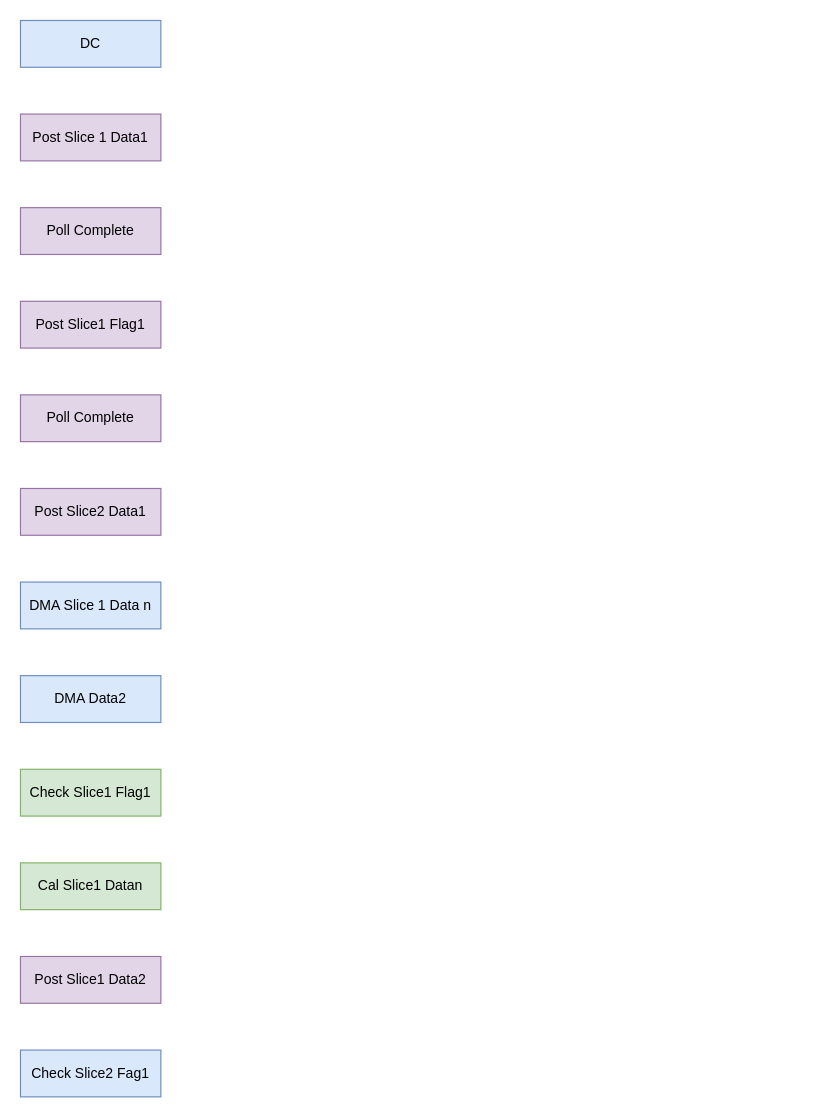
This is TC2LINK/DC_LINK_WorkFlow.drawio from BEYHHH/SBLP, a draw.io file, before an edit. Source tidied: cells renumbered, new cells numbered last; positions are measured from the earlier drawing's top-left corner, leaving out a move shared by most shapes. Both pictures are drawn from the tidied source at 117%, with x=0, y=0 at pixel (20, 20).
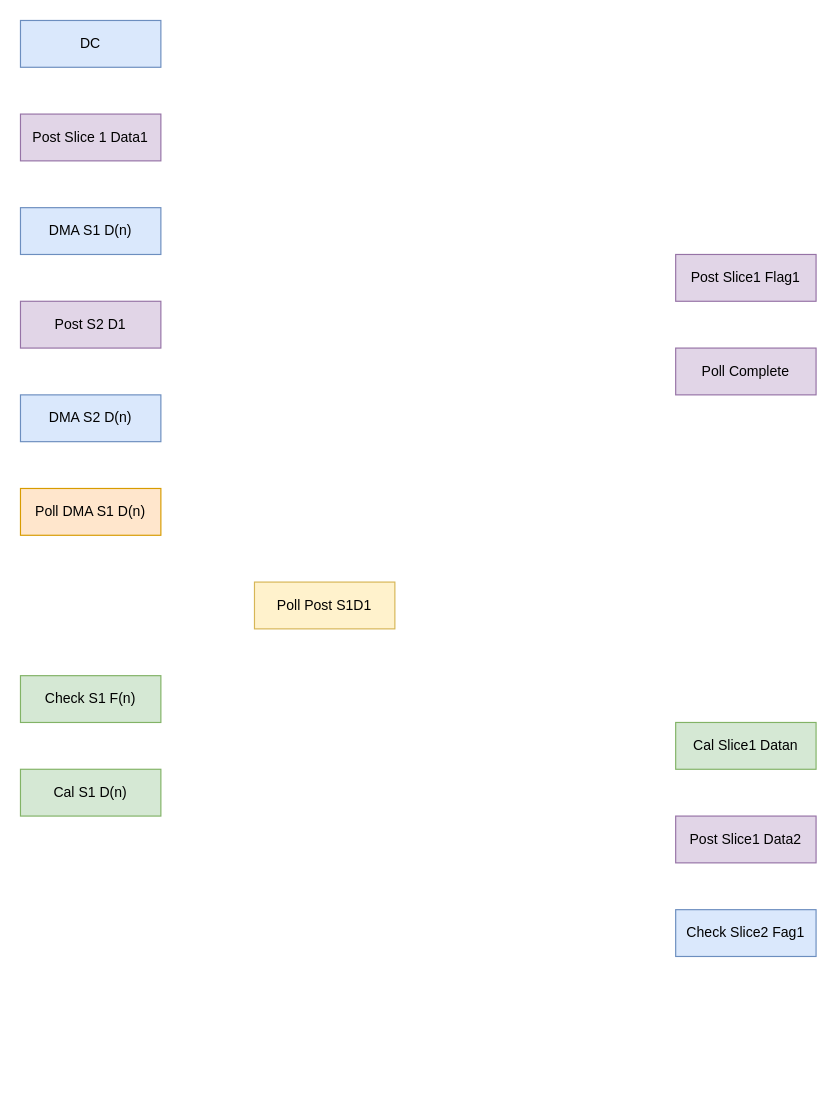
The same diagram, later.

Change to the diagram source:
```diff
@@
 <mxGraphModel>
   <root>
     <mxCell id="0" />
     <mxCell id="1" parent="0" />
     <mxCell id="2" value="DC" style="rounded=0;whiteSpace=wrap;html=1;fillColor=#dae8fc;strokeColor=#6c8ebf;" parent="1" vertex="1">
       <mxGeometry width="120" height="40" as="geometry" />
     </mxCell>
     <mxCell id="3" value="Post Slice 1 Data1" style="rounded=0;whiteSpace=wrap;html=1;fillColor=#e1d5e7;strokeColor=#9673a6;" parent="1" vertex="1">
       <mxGeometry y="80" width="120" height="40" as="geometry" />
     </mxCell>
-    <mxCell id="4" value="Poll Complete" style="rounded=0;whiteSpace=wrap;html=1;fillColor=#e1d5e7;strokeColor=#9673a6;" parent="1" vertex="1">
-      <mxGeometry y="160" width="120" height="40" as="geometry" />
+    <mxCell id="4" value="Poll Post S1D1" style="rounded=0;whiteSpace=wrap;html=1;fillColor=#fff2cc;strokeColor=#d6b656;" parent="1" vertex="1">
+      <mxGeometry x="200" y="480" width="120" height="40" as="geometry" />
     </mxCell>
     <mxCell id="5" value="Poll Complete" style="rounded=0;whiteSpace=wrap;html=1;fillColor=#e1d5e7;strokeColor=#9673a6;" parent="1" vertex="1">
-      <mxGeometry y="320" width="120" height="40" as="geometry" />
+      <mxGeometry x="560" y="280" width="120" height="40" as="geometry" />
     </mxCell>
     <mxCell id="6" value="Post Slice1 Flag1" style="rounded=0;whiteSpace=wrap;html=1;fillColor=#e1d5e7;strokeColor=#9673a6;" parent="1" vertex="1">
-      <mxGeometry y="240" width="120" height="40" as="geometry" />
+      <mxGeometry x="560" y="200" width="120" height="40" as="geometry" />
     </mxCell>
-    <mxCell id="7" value="Check Slice1 Flag1" style="rounded=0;whiteSpace=wrap;html=1;fillColor=#d5e8d4;strokeColor=#82b366;" parent="1" vertex="1">
-      <mxGeometry y="640" width="120" height="40" as="geometry" />
+    <mxCell id="7" value="Check S1 F(n)" style="rounded=0;whiteSpace=wrap;html=1;fillColor=#d5e8d4;strokeColor=#82b366;" parent="1" vertex="1">
+      <mxGeometry y="560" width="120" height="40" as="geometry" />
     </mxCell>
     <mxCell id="8" value="Cal Slice1 Datan" style="rounded=0;whiteSpace=wrap;html=1;fillColor=#d5e8d4;strokeColor=#82b366;" parent="1" vertex="1">
-      <mxGeometry y="720" width="120" height="40" as="geometry" />
+      <mxGeometry x="560" y="600" width="120" height="40" as="geometry" />
     </mxCell>
-    <mxCell id="9" value="Post Slice2 Data1" style="rounded=0;whiteSpace=wrap;html=1;fillColor=#e1d5e7;strokeColor=#9673a6;" parent="1" vertex="1">
-      <mxGeometry y="400" width="120" height="40" as="geometry" />
+    <mxCell id="9" value="Post S2 D1" style="rounded=0;whiteSpace=wrap;html=1;fillColor=#e1d5e7;strokeColor=#9673a6;" parent="1" vertex="1">
+      <mxGeometry y="240" width="120" height="40" as="geometry" />
     </mxCell>
-    <mxCell id="10" value="DMA Slice 1 Data n" style="rounded=0;whiteSpace=wrap;html=1;fillColor=#dae8fc;strokeColor=#6c8ebf;" parent="1" vertex="1">
-      <mxGeometry y="480" width="120" height="40" as="geometry" />
+    <mxCell id="10" value="DMA S1 D(n)" style="rounded=0;whiteSpace=wrap;html=1;fillColor=#dae8fc;strokeColor=#6c8ebf;" parent="1" vertex="1">
+      <mxGeometry y="160" width="120" height="40" as="geometry" />
     </mxCell>
     <mxCell id="11" value="Post Slice1 Data2" style="rounded=0;whiteSpace=wrap;html=1;fillColor=#e1d5e7;strokeColor=#9673a6;" parent="1" vertex="1">
-      <mxGeometry y="800" width="120" height="40" as="geometry" />
+      <mxGeometry x="560" y="680" width="120" height="40" as="geometry" />
     </mxCell>
     <mxCell id="12" value="Check Slice2 Fag1" style="rounded=0;whiteSpace=wrap;html=1;fillColor=#dae8fc;strokeColor=#6c8ebf;" parent="1" vertex="1">
-      <mxGeometry y="880" width="120" height="40" as="geometry" />
+      <mxGeometry x="560" y="760" width="120" height="40" as="geometry" />
     </mxCell>
-    <mxCell id="13" value="DMA Data2" style="rounded=0;whiteSpace=wrap;html=1;fillColor=#dae8fc;strokeColor=#6c8ebf;" parent="1" vertex="1">
-      <mxGeometry y="560" width="120" height="40" as="geometry" />
+    <mxCell id="13" value="DMA S2 D(n)" style="rounded=0;whiteSpace=wrap;html=1;fillColor=#dae8fc;strokeColor=#6c8ebf;" parent="1" vertex="1">
+      <mxGeometry y="320" width="120" height="40" as="geometry" />
     </mxCell>
+    <mxCell id="14" value="Poll DMA S1 D(n)" style="rounded=0;whiteSpace=wrap;html=1;fillColor=#ffe6cc;strokeColor=#d79b00;" parent="1" vertex="1">
+      <mxGeometry y="400" width="120" height="40" as="geometry" />
+    </mxCell>
+    <mxCell id="15" value="Cal S1 D(n)" style="rounded=0;whiteSpace=wrap;html=1;fillColor=#d5e8d4;strokeColor=#82b366;" parent="1" vertex="1">
+      <mxGeometry y="640" width="120" height="40" as="geometry" />
+    </mxCell>
   </root>
 </mxGraphModel>
```
